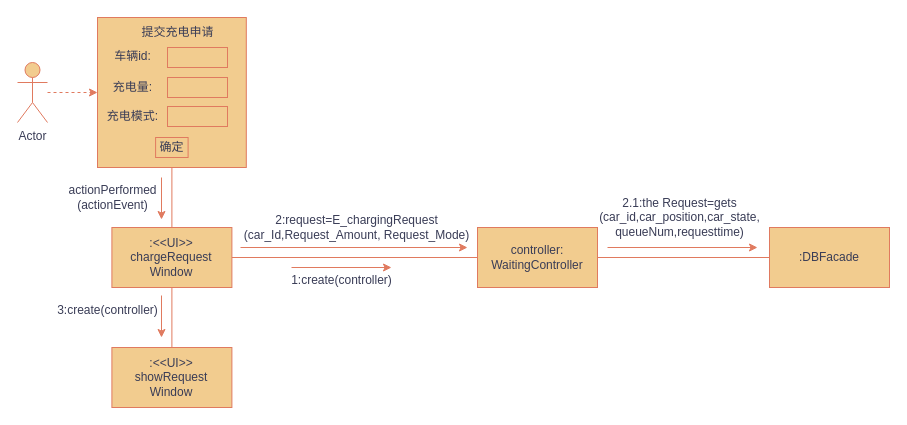
Before: 2.1.1.drawio in uk-pk-mkk/OOD-UML, a draw.io diagram. Source tidied: cells renumbered, new cells numbered last; positions are measured from the earlier drawing's top-left corner, leaving out a move shared by most shapes. Both pictures are drawn from the tidied source at 100%, with x=0, y=0 at pixel (17, 17).
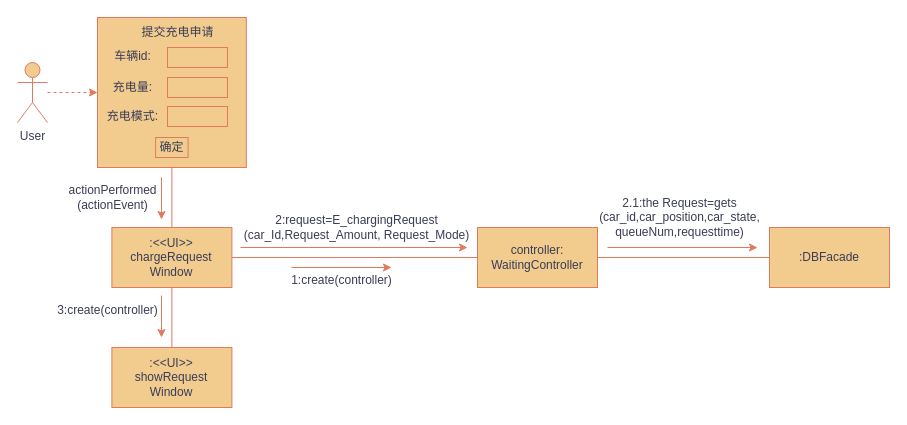
Above is the later version.

Change to the diagram source:
```diff
@@
-    <mxCell id="2" value="Actor" style="shape=umlActor;verticalLabelPosition=bottom;verticalAlign=top;html=1;rounded=0;labelBackgroundColor=none;fillColor=#F2CC8F;strokeColor=#E07A5F;fontColor=#393C56;" parent="1" vertex="1">
+    <mxCell id="2" value="User" style="shape=umlActor;verticalLabelPosition=bottom;verticalAlign=top;html=1;rounded=0;labelBackgroundColor=none;fillColor=#F2CC8F;strokeColor=#E07A5F;fontColor=#393C56;" parent="1" vertex="1">
       <mxGeometry y="45" width="30" height="60" as="geometry" />
     </mxCell>
```
